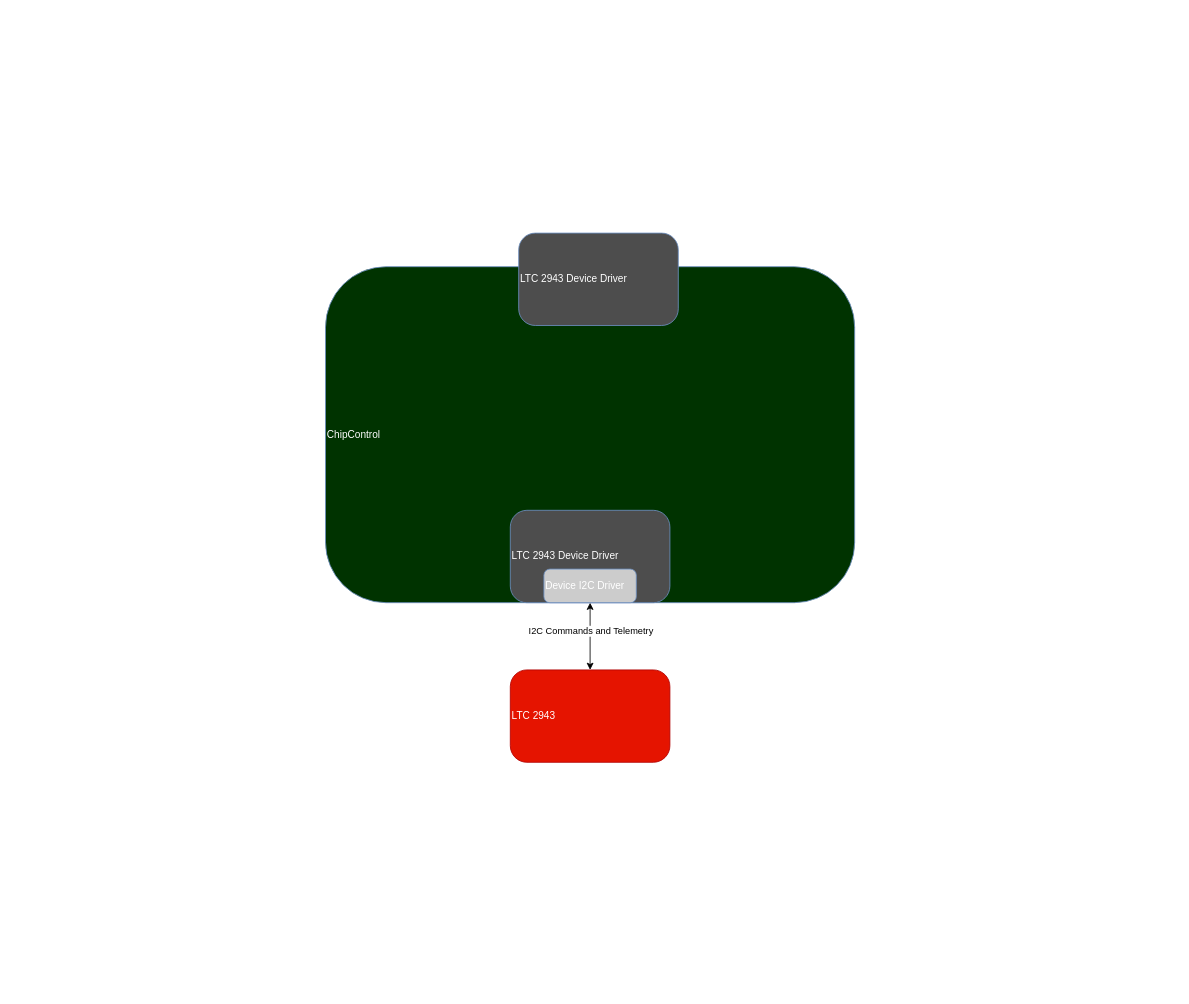
Earlier version of the draw.io diagram Untitled Diagram.drawio (lukeedward12/ChipControlDemo). Source tidied: cells renumbered, new cells numbered last; positions are measured from the earlier drawing's top-left corner, leaving out a move shared by most shapes. Both pictures are drawn from the tidied source at 84%, with x=0, y=0 at pixel (325, 233).
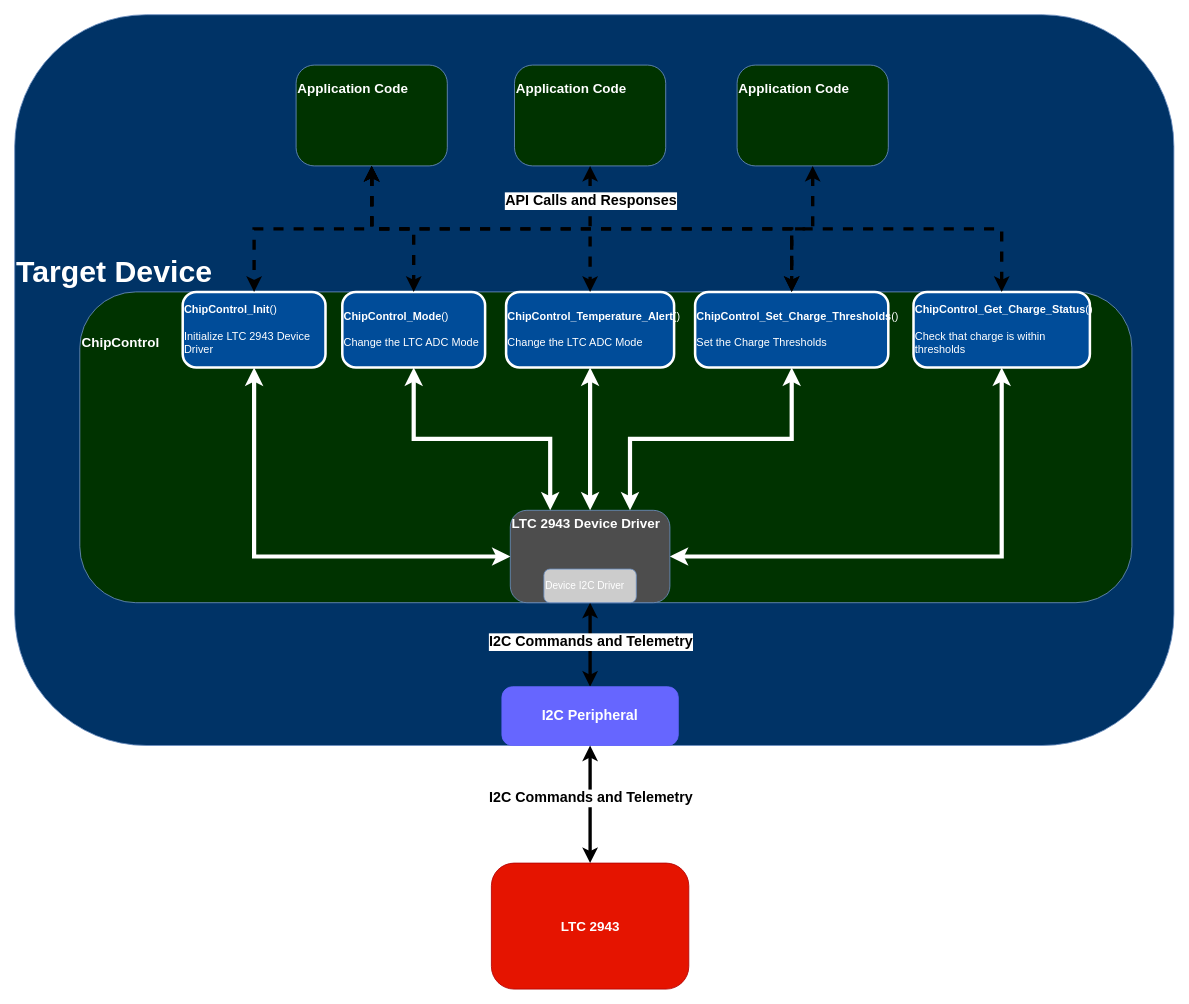
After the change.

Unchanged cells that the change refers to:
```xml
<mxCell id="6" value="&lt;font color=&quot;#ffffff&quot;&gt;Device I2C Driver&lt;/font&gt;" style="rounded=1;whiteSpace=wrap;html=1;fillColor=#CCCCCC;strokeColor=#6c8ebf;gradientColor=none;align=left;arcSize=18;" parent="1" vertex="1">
  <mxGeometry x="260" y="400" width="110" height="40" as="geometry" />
</mxCell>
```

The edit, as a diff of the source:
```diff
@@
+    <mxCell id="9" value="&lt;div style=&quot;line-height: 150%; font-size: 16px;&quot;&gt;&lt;span style=&quot;background-color: initial; color: rgb(255, 255, 255); font-size: 36px;&quot;&gt;Target Device&lt;/span&gt;&lt;br style=&quot;font-size: 16px;&quot;&gt;&lt;/div&gt;" style="rounded=1;whiteSpace=wrap;html=1;fillColor=#003366;strokeColor=#6c8ebf;gradientColor=none;align=left;arcSize=18;fontSize=16;spacingTop=-250;fontStyle=1;" parent="1" vertex="1">
+      <mxGeometry x="-370" y="-260" width="1380" height="870" as="geometry" />
+    </mxCell>
-    <mxCell id="2" value="&lt;div style=&quot;line-height: 150%;&quot;&gt;&lt;span style=&quot;background-color: initial; color: rgb(255, 255, 255);&quot;&gt;ChipControl&amp;nbsp;&lt;/span&gt;&lt;br&gt;&lt;/div&gt;" style="rounded=1;whiteSpace=wrap;html=1;fillColor=#003300;strokeColor=#6c8ebf;gradientColor=none;align=left;arcSize=18;" parent="1" vertex="1">
-      <mxGeometry y="40" width="630" height="400" as="geometry" />
+    <mxCell id="2" value="&lt;div style=&quot;line-height: 150%; font-size: 16px;&quot;&gt;&lt;span style=&quot;background-color: initial; color: rgb(255, 255, 255); font-size: 16px;&quot;&gt;ChipControl&amp;nbsp;&lt;/span&gt;&lt;br style=&quot;font-size: 16px;&quot;&gt;&lt;/div&gt;" style="rounded=1;whiteSpace=wrap;html=1;fillColor=#003300;strokeColor=#6c8ebf;gradientColor=none;align=left;arcSize=18;fontSize=16;spacingTop=-250;fontStyle=1;" parent="1" vertex="1">
+      <mxGeometry x="-292.5" y="70" width="1252.5" height="370" as="geometry" />
     </mxCell>
-    <mxCell id="3" value="&lt;font color=&quot;#ffffff&quot;&gt;LTC 2943 Device Driver&lt;/font&gt;" style="rounded=1;whiteSpace=wrap;html=1;fillColor=#4D4D4D;strokeColor=#6c8ebf;gradientColor=none;align=left;arcSize=18;" parent="1" vertex="1">
+    <mxCell id="3" value="&lt;font color=&quot;#ffffff&quot; style=&quot;font-size: 16px;&quot;&gt;LTC 2943 Device Driver&lt;/font&gt;" style="rounded=1;whiteSpace=wrap;html=1;fillColor=#4D4D4D;strokeColor=#6c8ebf;gradientColor=none;align=left;arcSize=18;fontSize=16;spacingTop=-79;fontStyle=1;" parent="1" vertex="1">
       <mxGeometry x="220" y="330" width="190" height="110" as="geometry" />
     </mxCell>
-    <mxCell id="4" style="edgeStyle=orthogonalEdgeStyle;rounded=0;jettySize=auto;html=1;exitX=0.5;exitY=1;exitDx=0;exitDy=0;entryX=0.5;entryY=0;entryDx=0;entryDy=0;startArrow=classic;startFill=1;" parent="1" edge="1" source="6" target="7">
+    <mxCell id="4" style="edgeStyle=orthogonalEdgeStyle;rounded=0;jettySize=auto;html=1;exitX=0.5;exitY=1;exitDx=0;exitDy=0;entryX=0.5;entryY=0;entryDx=0;entryDy=0;startArrow=classic;startFill=1;strokeWidth=4;fontSize=42;fontStyle=1;" parent="1" edge="1" source="6" target="29">
       <mxGeometry relative="1" as="geometry" />
     </mxCell>
-    <mxCell id="5" value="I2C Commands and Telemetry" style="edgeLabel;html=1;align=center;verticalAlign=middle;" parent="4" vertex="1">
+    <mxCell id="5" value="&lt;font size=&quot;1&quot; style=&quot;&quot;&gt;&lt;b style=&quot;font-size: 17px;&quot;&gt;I2C Commands and Telemetry&lt;/b&gt;&lt;/font&gt;" style="edgeLabel;html=1;align=center;verticalAlign=middle;" parent="4" vertex="1">
       <mxGeometry x="-0.18" y="4" relative="1" as="geometry">
-        <mxPoint x="-4" as="offset" />
+        <mxPoint x="-4" y="5" as="offset" />
       </mxGeometry>
     </mxCell>
@@
-    <mxCell id="7" value="&lt;font color=&quot;#ffffff&quot;&gt;LTC 2943&lt;/font&gt;" style="rounded=1;whiteSpace=wrap;html=1;fillColor=#e51400;strokeColor=#B20000;align=left;arcSize=18;fontColor=#ffffff;" parent="1" vertex="1">
-      <mxGeometry x="220" y="520" width="190" height="110" as="geometry" />
+    <mxCell id="7" value="&lt;font color=&quot;#ffffff&quot; style=&quot;font-size: 16px;&quot;&gt;LTC 2943&lt;/font&gt;" style="rounded=1;whiteSpace=wrap;html=1;fillColor=#e51400;strokeColor=#B20000;align=center;arcSize=18;fontColor=#ffffff;fontSize=16;fontStyle=1;" parent="1" vertex="1">
+      <mxGeometry x="197.5" y="750" width="235" height="150" as="geometry" />
     </mxCell>
+    <mxCell id="10" style="edgeStyle=orthogonalEdgeStyle;rounded=0;jettySize=auto;html=1;exitX=0.5;exitY=1;exitDx=0;exitDy=0;entryX=0;entryY=0.5;entryDx=0;entryDy=0;endArrow=classic;endFill=1;startArrow=classic;startFill=1;strokeWidth=5;strokeColor=#FFFFFF;" parent="1" edge="1" source="8" target="3">
+      <mxGeometry relative="1" as="geometry" />
+    </mxCell>
-    <mxCell id="8" value="&lt;font color=&quot;#ffffff&quot;&gt;LTC 2943 Device Driver&lt;/font&gt;" style="rounded=1;whiteSpace=wrap;html=1;fillColor=#4D4D4D;strokeColor=#6c8ebf;gradientColor=none;align=left;arcSize=18;" parent="1" vertex="1">
-      <mxGeometry x="230" width="190" height="110" as="geometry" />
+    <mxCell id="8" value="&lt;font color=&quot;#ffffff&quot; style=&quot;font-size: 13px;&quot;&gt;&lt;b style=&quot;font-size: 13px;&quot;&gt;ChipControl_Init&lt;/b&gt;()&lt;br style=&quot;font-size: 13px;&quot;&gt;&lt;br style=&quot;font-size: 13px;&quot;&gt;Initialize LTC 2943 Device Driver&lt;/font&gt;" style="rounded=1;whiteSpace=wrap;html=1;fillColor=#004C99;strokeColor=#FFFFFF;gradientColor=none;align=left;arcSize=18;strokeWidth=3;fontSize=13;" parent="1" vertex="1">
+      <mxGeometry x="-170" y="70" width="170" height="90" as="geometry" />
     </mxCell>
+    <mxCell id="11" value="&lt;div style=&quot;line-height: 150%; font-size: 16px;&quot;&gt;&lt;span style=&quot;background-color: initial; color: rgb(255, 255, 255); font-size: 16px;&quot;&gt;Application Code&lt;/span&gt;&lt;br style=&quot;font-size: 16px;&quot;&gt;&lt;/div&gt;" style="rounded=1;whiteSpace=wrap;html=1;fillColor=#003300;strokeColor=#6c8ebf;gradientColor=none;align=left;arcSize=18;spacingTop=-65;fontSize=16;fontStyle=1;" parent="1" vertex="1">
+      <mxGeometry x="-35" y="-200" width="180" height="120" as="geometry" />
+    </mxCell>
+    <mxCell id="12" value="&lt;div style=&quot;line-height: 150%; font-size: 16px;&quot;&gt;&lt;span style=&quot;background-color: initial; color: rgb(255, 255, 255); font-size: 16px;&quot;&gt;Application Code&lt;/span&gt;&lt;br style=&quot;font-size: 16px;&quot;&gt;&lt;/div&gt;" style="rounded=1;whiteSpace=wrap;html=1;fillColor=#003300;strokeColor=#6c8ebf;gradientColor=none;align=left;arcSize=18;spacingTop=-65;fontSize=16;fontStyle=1;" parent="1" vertex="1">
+      <mxGeometry x="225" y="-200" width="180" height="120" as="geometry" />
+    </mxCell>
+    <mxCell id="13" value="&lt;div style=&quot;line-height: 150%; font-size: 16px;&quot;&gt;&lt;span style=&quot;background-color: initial; color: rgb(255, 255, 255); font-size: 16px;&quot;&gt;Application Code&lt;/span&gt;&lt;br style=&quot;font-size: 16px;&quot;&gt;&lt;/div&gt;" style="rounded=1;whiteSpace=wrap;html=1;fillColor=#003300;strokeColor=#6c8ebf;gradientColor=none;align=left;arcSize=18;spacingTop=-65;fontSize=16;fontStyle=1;" parent="1" vertex="1">
+      <mxGeometry x="490" y="-200" width="180" height="120" as="geometry" />
+    </mxCell>
+    <mxCell id="14" value="&lt;font color=&quot;#ffffff&quot; style=&quot;font-size: 13px;&quot;&gt;&lt;b style=&quot;font-size: 13px;&quot;&gt;ChipControl_Mode&lt;/b&gt;()&lt;br style=&quot;font-size: 13px;&quot;&gt;&lt;br style=&quot;font-size: 13px;&quot;&gt;Change the LTC ADC Mode&lt;br style=&quot;font-size: 13px;&quot;&gt;&lt;/font&gt;" style="rounded=1;whiteSpace=wrap;html=1;fillColor=#004C99;strokeColor=#FFFFFF;gradientColor=none;align=left;arcSize=18;strokeWidth=3;fontSize=13;" parent="1" vertex="1">
+      <mxGeometry x="20" y="70" width="170" height="90" as="geometry" />
+    </mxCell>
+    <mxCell id="15" value="&lt;font color=&quot;#ffffff&quot; style=&quot;font-size: 13px;&quot;&gt;&lt;b style=&quot;font-size: 13px;&quot;&gt;ChipControl_Temperature_Alert&lt;/b&gt;()&lt;br style=&quot;font-size: 13px;&quot;&gt;&lt;br style=&quot;font-size: 13px;&quot;&gt;Change the LTC ADC Mode&lt;br style=&quot;font-size: 13px;&quot;&gt;&lt;/font&gt;" style="rounded=1;whiteSpace=wrap;html=1;fillColor=#004C99;strokeColor=#FFFFFF;gradientColor=none;align=left;arcSize=18;strokeWidth=3;fontSize=13;" parent="1" vertex="1">
+      <mxGeometry x="215" y="70" width="200" height="90" as="geometry" />
+    </mxCell>
+    <mxCell id="16" value="&lt;font color=&quot;#ffffff&quot; style=&quot;font-size: 13px;&quot;&gt;&lt;b style=&quot;font-size: 13px;&quot;&gt;ChipControl_Get_Charge_Status&lt;/b&gt;()&lt;br style=&quot;font-size: 13px;&quot;&gt;&lt;br style=&quot;font-size: 13px;&quot;&gt;Check that charge is within thresholds&lt;br style=&quot;font-size: 13px;&quot;&gt;&lt;/font&gt;" style="rounded=1;whiteSpace=wrap;html=1;fillColor=#004C99;strokeColor=#FFFFFF;gradientColor=none;align=left;arcSize=18;strokeWidth=3;fontSize=13;" parent="1" vertex="1">
+      <mxGeometry x="700" y="70" width="210" height="90" as="geometry" />
+    </mxCell>
+    <mxCell id="17" value="&lt;font color=&quot;#ffffff&quot; style=&quot;font-size: 13px;&quot;&gt;&lt;b style=&quot;font-size: 13px;&quot;&gt;ChipControl_Set_Charge_Thresholds&lt;/b&gt;()&lt;br style=&quot;font-size: 13px;&quot;&gt;&lt;br style=&quot;font-size: 13px;&quot;&gt;Set the Charge Thresholds&lt;br style=&quot;font-size: 13px;&quot;&gt;&lt;/font&gt;" style="rounded=1;whiteSpace=wrap;html=1;fillColor=#004C99;strokeColor=#FFFFFF;gradientColor=none;align=left;arcSize=18;strokeWidth=3;fontSize=13;" parent="1" vertex="1">
+      <mxGeometry x="440" y="70" width="230" height="90" as="geometry" />
+    </mxCell>
+    <mxCell id="18" style="edgeStyle=orthogonalEdgeStyle;rounded=0;jettySize=auto;html=1;exitX=0.5;exitY=1;exitDx=0;exitDy=0;entryX=0.25;entryY=0;entryDx=0;entryDy=0;endArrow=classic;endFill=1;startArrow=classic;startFill=1;strokeWidth=5;strokeColor=#FFFFFF;" parent="1" edge="1" source="14" target="3">
+      <mxGeometry relative="1" as="geometry" />
+    </mxCell>
+    <mxCell id="19" style="edgeStyle=orthogonalEdgeStyle;rounded=0;jettySize=auto;html=1;exitX=0.5;exitY=1;exitDx=0;exitDy=0;entryX=0.5;entryY=0;entryDx=0;entryDy=0;endArrow=classic;endFill=1;startArrow=classic;startFill=1;strokeWidth=5;strokeColor=#FFFFFF;" parent="1" edge="1" source="15" target="3">
+      <mxGeometry relative="1" as="geometry" />
+    </mxCell>
+    <mxCell id="20" style="edgeStyle=orthogonalEdgeStyle;rounded=0;jettySize=auto;html=1;exitX=0.75;exitY=0;exitDx=0;exitDy=0;entryX=0.5;entryY=1;entryDx=0;entryDy=0;endArrow=classic;endFill=1;startArrow=classic;startFill=1;strokeWidth=5;strokeColor=#FFFFFF;" parent="1" edge="1" source="3" target="17">
+      <mxGeometry relative="1" as="geometry" />
+    </mxCell>
+    <mxCell id="21" style="edgeStyle=orthogonalEdgeStyle;rounded=0;jettySize=auto;html=1;exitX=0.5;exitY=1;exitDx=0;exitDy=0;entryX=1;entryY=0.5;entryDx=0;entryDy=0;endArrow=classic;endFill=1;startArrow=classic;startFill=1;strokeWidth=5;strokeColor=#FFFFFF;" parent="1" edge="1" source="16" target="3">
+      <mxGeometry relative="1" as="geometry" />
+    </mxCell>
+    <mxCell id="22" style="edgeStyle=orthogonalEdgeStyle;rounded=0;jettySize=auto;html=1;exitX=0.5;exitY=1;exitDx=0;exitDy=0;entryX=0.5;entryY=0;entryDx=0;entryDy=0;startArrow=classic;startFill=1;strokeWidth=4;fontSize=42;fontStyle=1;dashed=1;" parent="1" edge="1" source="12" target="15">
+      <mxGeometry relative="1" as="geometry" />
+    </mxCell>
+    <mxCell id="23" value="&lt;font size=&quot;1&quot; style=&quot;&quot;&gt;&lt;b style=&quot;font-size: 17px;&quot;&gt;API Calls and Responses&lt;/b&gt;&lt;/font&gt;" style="edgeLabel;html=1;align=center;verticalAlign=middle;" parent="22" vertex="1">
+      <mxGeometry x="-0.18" y="4" relative="1" as="geometry">
+        <mxPoint x="-4" y="-21" as="offset" />
+      </mxGeometry>
+    </mxCell>
+    <mxCell id="24" style="edgeStyle=orthogonalEdgeStyle;rounded=0;jettySize=auto;html=1;exitX=0.5;exitY=1;exitDx=0;exitDy=0;startArrow=classic;startFill=1;strokeWidth=4;fontSize=42;fontStyle=1;dashed=1;" parent="1" edge="1" source="11" target="14">
+      <mxGeometry relative="1" as="geometry" />
+    </mxCell>
+    <mxCell id="25" style="edgeStyle=orthogonalEdgeStyle;rounded=0;jettySize=auto;html=1;exitX=0.5;exitY=1;exitDx=0;exitDy=0;startArrow=classic;startFill=1;strokeWidth=4;fontSize=42;fontStyle=1;dashed=1;entryX=0.5;entryY=0;entryDx=0;entryDy=0;" parent="1" edge="1" source="11" target="8">
+      <mxGeometry relative="1" as="geometry" />
+    </mxCell>
+    <mxCell id="26" style="edgeStyle=orthogonalEdgeStyle;rounded=0;jettySize=auto;html=1;exitX=0.5;exitY=1;exitDx=0;exitDy=0;startArrow=classic;startFill=1;strokeWidth=4;fontSize=42;fontStyle=1;dashed=1;entryX=0.5;entryY=0;entryDx=0;entryDy=0;" parent="1" edge="1" source="11" target="17">
+      <mxGeometry relative="1" as="geometry" />
+    </mxCell>
+    <mxCell id="27" style="edgeStyle=orthogonalEdgeStyle;rounded=0;jettySize=auto;html=1;exitX=0.5;exitY=1;exitDx=0;exitDy=0;startArrow=classic;startFill=1;strokeWidth=4;fontSize=42;fontStyle=1;dashed=1;entryX=0.5;entryY=0;entryDx=0;entryDy=0;" parent="1" edge="1" source="13" target="17">
+      <mxGeometry relative="1" as="geometry" />
+    </mxCell>
+    <mxCell id="28" style="edgeStyle=orthogonalEdgeStyle;rounded=0;jettySize=auto;html=1;exitX=0.5;exitY=1;exitDx=0;exitDy=0;startArrow=classic;startFill=1;strokeWidth=4;fontSize=42;fontStyle=1;dashed=1;entryX=0.5;entryY=0;entryDx=0;entryDy=0;" parent="1" edge="1" source="11" target="16">
+      <mxGeometry relative="1" as="geometry" />
+    </mxCell>
+    <mxCell id="29" value="&lt;font color=&quot;#ffffff&quot; style=&quot;font-size: 17px;&quot;&gt;I2C Peripheral&lt;/font&gt;" style="rounded=1;whiteSpace=wrap;html=1;fillColor=#6666FF;strokeColor=#6666FF;gradientColor=none;align=center;arcSize=18;fontStyle=1;fontSize=17;" parent="1" vertex="1">
+      <mxGeometry x="210" y="540" width="210" height="70" as="geometry" />
+    </mxCell>
+    <mxCell id="30" style="edgeStyle=orthogonalEdgeStyle;rounded=0;jettySize=auto;html=1;entryX=0.5;entryY=0;entryDx=0;entryDy=0;startArrow=classic;startFill=1;strokeWidth=4;fontSize=42;fontStyle=1;" parent="1" edge="1" source="29" target="7">
+      <mxGeometry relative="1" as="geometry" />
+    </mxCell>
+    <mxCell id="31" value="&lt;font size=&quot;1&quot; style=&quot;&quot;&gt;&lt;b style=&quot;font-size: 17px;&quot;&gt;I2C Commands and Telemetry&lt;/b&gt;&lt;/font&gt;" style="edgeLabel;html=1;align=center;verticalAlign=middle;" parent="30" vertex="1">
+      <mxGeometry x="-0.18" y="4" relative="1" as="geometry">
+        <mxPoint x="-4" y="5" as="offset" />
+      </mxGeometry>
+    </mxCell>
```
